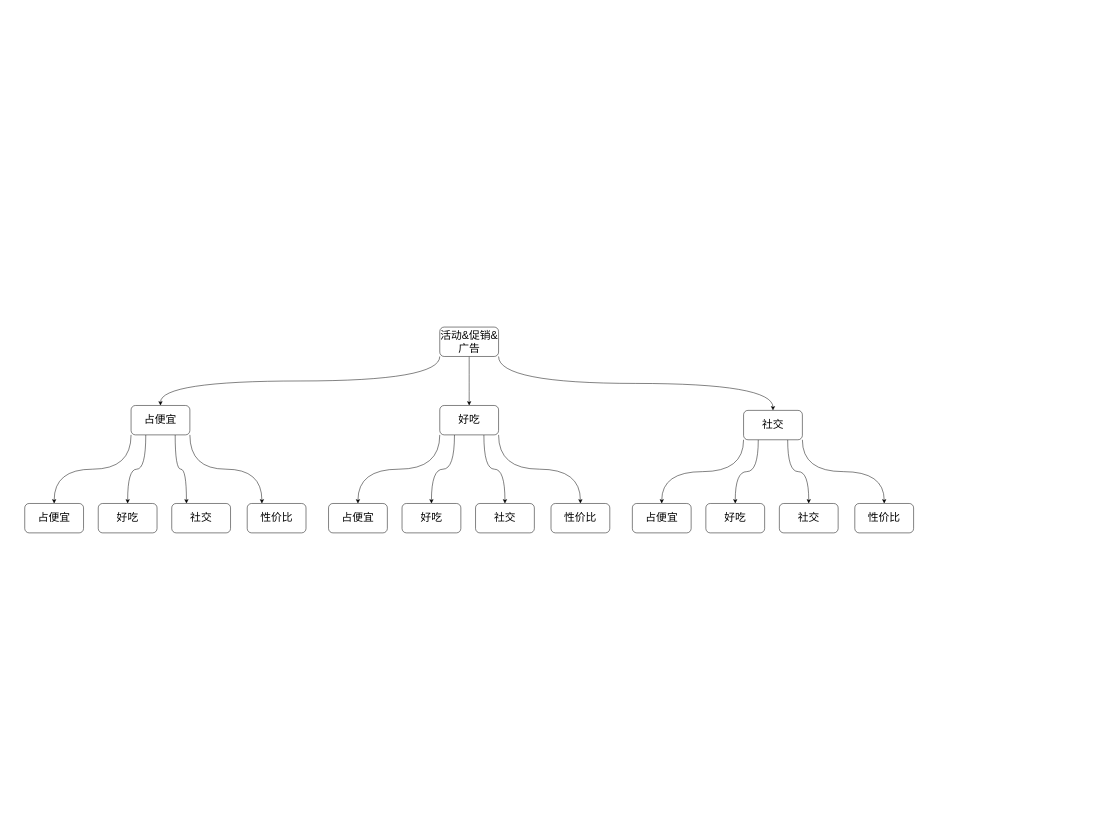
This is 运营思路.drawio from gml1219/longge, a draw.io file, before an edit. Source tidied: cells renumbered, new cells numbered last; positions are measured from the earlier drawing's top-left corner, leaving out a move shared by most shapes. Both pictures are drawn from the tidied source at 49%, with x=0, y=0 at pixel (24, 327).
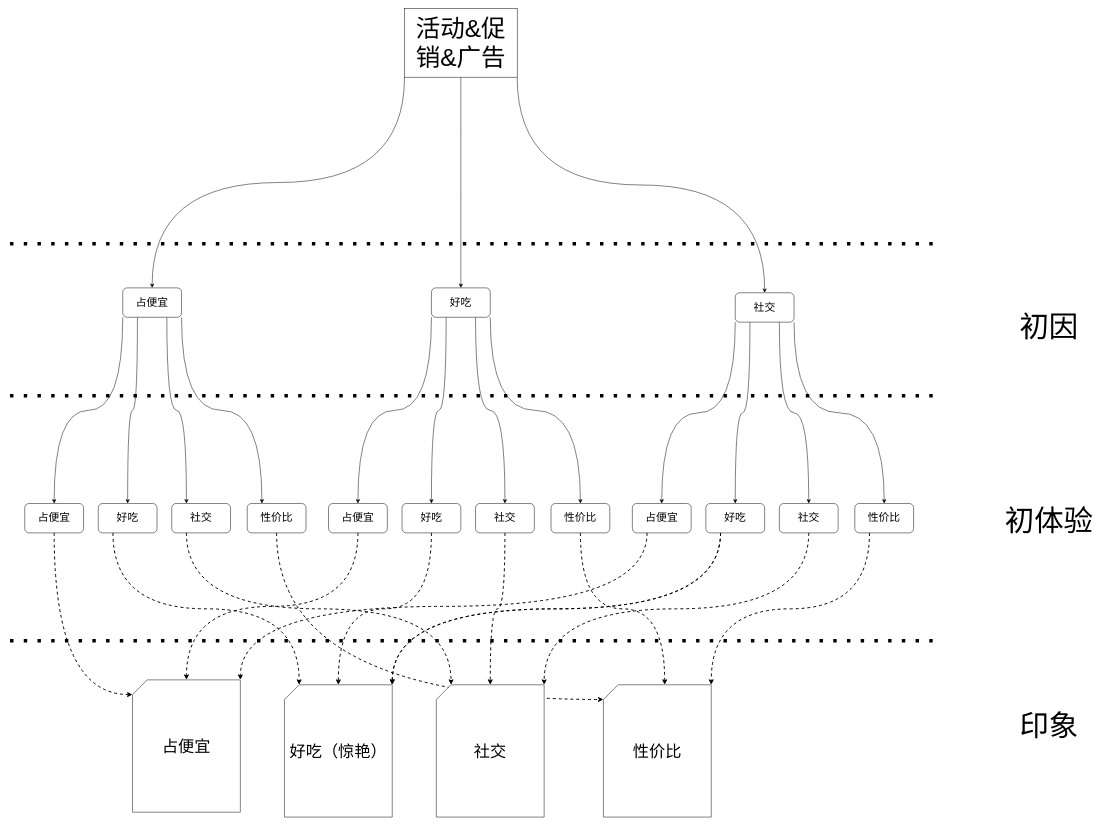
The same diagram, later.

The change refers to these unchanged cells:
```xml
<mxCell id="21" value="占便宜" style="rounded=1;whiteSpace=wrap;html=1;fontSize=22;" parent="1" vertex="1">
  <mxGeometry y="360" width="120" height="60" as="geometry" />
</mxCell>
<mxCell id="22" value="好吃" style="rounded=1;whiteSpace=wrap;html=1;fontSize=22;" parent="1" vertex="1">
  <mxGeometry x="150" y="360" width="120" height="60" as="geometry" />
</mxCell>
<mxCell id="23" value="社交" style="rounded=1;whiteSpace=wrap;html=1;fontSize=22;" parent="1" vertex="1">
  <mxGeometry x="300" y="360" width="120" height="60" as="geometry" />
</mxCell>
<mxCell id="24" value="性价比" style="rounded=1;whiteSpace=wrap;html=1;fontSize=22;" parent="1" vertex="1">
  <mxGeometry x="454" y="360" width="120" height="60" as="geometry" />
</mxCell>
<mxCell id="25" value="占便宜" style="rounded=1;whiteSpace=wrap;html=1;fontSize=22;" parent="1" vertex="1">
  <mxGeometry x="620" y="360" width="120" height="60" as="geometry" />
</mxCell>
<mxCell id="26" value="好吃" style="rounded=1;whiteSpace=wrap;html=1;fontSize=22;" parent="1" vertex="1">
  <mxGeometry x="770" y="360" width="120" height="60" as="geometry" />
</mxCell>
<mxCell id="27" value="社交" style="rounded=1;whiteSpace=wrap;html=1;fontSize=22;" parent="1" vertex="1">
  <mxGeometry x="920" y="360" width="120" height="60" as="geometry" />
</mxCell>
<mxCell id="28" value="性价比" style="rounded=1;whiteSpace=wrap;html=1;fontSize=22;" parent="1" vertex="1">
  <mxGeometry x="1074" y="360" width="120" height="60" as="geometry" />
</mxCell>
<mxCell id="29" value="占便宜" style="rounded=1;whiteSpace=wrap;html=1;fontSize=22;" parent="1" vertex="1">
  <mxGeometry x="1240" y="360" width="120" height="60" as="geometry" />
</mxCell>
<mxCell id="30" value="好吃" style="rounded=1;whiteSpace=wrap;html=1;fontSize=22;" parent="1" vertex="1">
  <mxGeometry x="1390" y="360" width="120" height="60" as="geometry" />
</mxCell>
<mxCell id="31" value="社交" style="rounded=1;whiteSpace=wrap;html=1;fontSize=22;" parent="1" vertex="1">
  <mxGeometry x="1540" y="360" width="120" height="60" as="geometry" />
</mxCell>
<mxCell id="32" value="性价比" style="rounded=1;whiteSpace=wrap;html=1;fontSize=22;" parent="1" vertex="1">
  <mxGeometry x="1694" y="360" width="120" height="60" as="geometry" />
</mxCell>
```

Change to the diagram source:
```diff
@@
-    <mxCell id="5" value="活动&amp;amp;促销&amp;amp;广告" style="rounded=1;whiteSpace=wrap;html=1;fontSize=22;" parent="1" vertex="1">
-      <mxGeometry x="847" width="120" height="60" as="geometry" />
+    <mxCell id="5" value="活动&amp;amp;促销&amp;amp;广告" style="rounded=1;whiteSpace=wrap;html=1;fontSize=50;arcSize=0;" parent="1" vertex="1">
+      <mxGeometry x="775" y="-650" width="230" height="140" as="geometry" />
     </mxCell>
@@
     <mxCell id="10" value="好吃" style="rounded=1;whiteSpace=wrap;html=1;fontSize=22;" parent="1" vertex="1">
-      <mxGeometry x="847" y="160" width="120" height="60" as="geometry" />
+      <mxGeometry x="830" y="-80" width="120" height="60" as="geometry" />
     </mxCell>
@@
     <mxCell id="15" value="占便宜" style="rounded=1;whiteSpace=wrap;html=1;fontSize=22;" parent="1" vertex="1">
-      <mxGeometry x="217" y="160" width="120" height="60" as="geometry" />
+      <mxGeometry x="200" y="-80" width="120" height="60" as="geometry" />
     </mxCell>
@@
     <mxCell id="20" value="社交" style="rounded=1;whiteSpace=wrap;html=1;fontSize=22;" parent="1" vertex="1">
-      <mxGeometry x="1467" y="170" width="120" height="60" as="geometry" />
+      <mxGeometry x="1450" y="-70" width="120" height="60" as="geometry" />
     </mxCell>
+    <mxCell id="33" style="edgeStyle=orthogonalEdgeStyle;curved=1;rounded=0;jettySize=auto;html=1;exitX=0.5;exitY=1;exitDx=0;exitDy=0;entryX=0;entryY=0;entryDx=0;entryDy=30;entryPerimeter=0;strokeWidth=2;fontSize=33;dashed=1;" parent="1" edge="1" source="21" target="48">
+      <mxGeometry relative="1" as="geometry" />
+    </mxCell>
@@
+    <mxCell id="34" style="edgeStyle=orthogonalEdgeStyle;curved=1;rounded=0;jettySize=auto;html=1;exitX=0.25;exitY=1;exitDx=0;exitDy=0;entryX=0;entryY=0;entryDx=30;entryDy=0;entryPerimeter=0;dashed=1;strokeWidth=2;fontSize=33;" parent="1" edge="1" source="22" target="49">
+      <mxGeometry relative="1" as="geometry" />
+    </mxCell>
@@
+    <mxCell id="35" style="edgeStyle=orthogonalEdgeStyle;curved=1;rounded=0;jettySize=auto;html=1;exitX=0.25;exitY=1;exitDx=0;exitDy=0;entryX=0;entryY=0;entryDx=30;entryDy=0;entryPerimeter=0;dashed=1;strokeWidth=2;fontSize=33;" parent="1" edge="1" source="23" target="50">
+      <mxGeometry relative="1" as="geometry" />
+    </mxCell>
@@
+    <mxCell id="36" style="edgeStyle=orthogonalEdgeStyle;curved=1;rounded=0;jettySize=auto;html=1;exitX=0.5;exitY=1;exitDx=0;exitDy=0;entryX=0;entryY=0;entryDx=0;entryDy=30;entryPerimeter=0;dashed=1;strokeWidth=2;fontSize=33;" parent="1" edge="1" source="24" target="51">
+      <mxGeometry relative="1" as="geometry" />
+    </mxCell>
@@
+    <mxCell id="37" style="edgeStyle=orthogonalEdgeStyle;curved=1;rounded=0;jettySize=auto;html=1;exitX=0.5;exitY=1;exitDx=0;exitDy=0;dashed=1;strokeWidth=2;fontSize=33;" parent="1" edge="1" source="25" target="48">
+      <mxGeometry relative="1" as="geometry" />
+    </mxCell>
@@
+    <mxCell id="38" style="edgeStyle=orthogonalEdgeStyle;curved=1;rounded=0;jettySize=auto;html=1;exitX=0.5;exitY=1;exitDx=0;exitDy=0;dashed=1;strokeWidth=2;fontSize=33;" parent="1" edge="1" source="26" target="49">
+      <mxGeometry relative="1" as="geometry" />
+    </mxCell>
@@
+    <mxCell id="39" style="edgeStyle=orthogonalEdgeStyle;curved=1;rounded=0;jettySize=auto;html=1;exitX=0.5;exitY=1;exitDx=0;exitDy=0;entryX=0.5;entryY=0;entryDx=0;entryDy=0;entryPerimeter=0;dashed=1;strokeWidth=2;fontSize=33;" parent="1" edge="1" source="27" target="50">
+      <mxGeometry relative="1" as="geometry" />
+    </mxCell>
@@
+    <mxCell id="40" style="edgeStyle=orthogonalEdgeStyle;curved=1;rounded=0;jettySize=auto;html=1;exitX=0.5;exitY=1;exitDx=0;exitDy=0;entryX=0;entryY=0;entryDx=125;entryDy=0;entryPerimeter=0;dashed=1;strokeWidth=2;fontSize=33;" parent="1" edge="1" source="28" target="51">
+      <mxGeometry relative="1" as="geometry" />
+    </mxCell>
@@
+    <mxCell id="41" style="edgeStyle=orthogonalEdgeStyle;curved=1;rounded=0;jettySize=auto;html=1;exitX=0.25;exitY=1;exitDx=0;exitDy=0;entryX=1;entryY=0;entryDx=0;entryDy=0;entryPerimeter=0;dashed=1;strokeWidth=2;fontSize=33;" parent="1" edge="1" source="29" target="48">
+      <mxGeometry relative="1" as="geometry" />
+    </mxCell>
@@
+    <mxCell id="42" style="edgeStyle=orthogonalEdgeStyle;curved=1;rounded=0;jettySize=auto;html=1;exitX=0.25;exitY=1;exitDx=0;exitDy=0;entryX=1;entryY=0;entryDx=0;entryDy=0;entryPerimeter=0;dashed=1;strokeWidth=2;fontSize=33;" parent="1" edge="1" source="30" target="49">
+      <mxGeometry relative="1" as="geometry" />
+    </mxCell>
+    <mxCell id="43" style="edgeStyle=orthogonalEdgeStyle;curved=1;rounded=0;jettySize=auto;html=1;exitX=0.25;exitY=1;exitDx=0;exitDy=0;entryX=1;entryY=0;entryDx=0;entryDy=0;entryPerimeter=0;dashed=1;strokeWidth=2;fontSize=33;" parent="1" edge="1" source="30" target="49">
+      <mxGeometry relative="1" as="geometry" />
+    </mxCell>
@@
+    <mxCell id="44" style="edgeStyle=orthogonalEdgeStyle;curved=1;rounded=0;jettySize=auto;html=1;exitX=0.5;exitY=1;exitDx=0;exitDy=0;entryX=1;entryY=0;entryDx=0;entryDy=0;entryPerimeter=0;dashed=1;strokeWidth=2;fontSize=33;" parent="1" edge="1" source="31" target="50">
+      <mxGeometry relative="1" as="geometry" />
+    </mxCell>
@@
+    <mxCell id="45" style="edgeStyle=orthogonalEdgeStyle;curved=1;rounded=0;jettySize=auto;html=1;exitX=0.25;exitY=1;exitDx=0;exitDy=0;entryX=1;entryY=0;entryDx=0;entryDy=0;entryPerimeter=0;dashed=1;strokeWidth=2;fontSize=33;" parent="1" edge="1" source="32" target="51">
+      <mxGeometry relative="1" as="geometry" />
+    </mxCell>
@@
+    <mxCell id="46" style="endArrow=none;dashed=1;html=1;dashPattern=1 3;strokeWidth=7;fontSize=33;fontStyle=1;" parent="1" edge="1">
+      <mxGeometry relative="1" as="geometry">
+        <mxPoint x="-30" y="-170" as="sourcePoint" />
+        <mxPoint x="1860" y="-170" as="targetPoint" />
+      </mxGeometry>
+    </mxCell>
+    <mxCell id="47" style="endArrow=none;dashed=1;html=1;dashPattern=1 3;strokeWidth=7;fontSize=33;fontStyle=1;" parent="1" edge="1">
+      <mxGeometry relative="1" as="geometry">
+        <mxPoint x="-30" y="140" as="sourcePoint" />
+        <mxPoint x="1860" y="140" as="targetPoint" />
+      </mxGeometry>
+    </mxCell>
+    <mxCell id="48" value="占便宜" style="shape=card;whiteSpace=wrap;html=1;fontSize=33;" parent="1" vertex="1">
+      <mxGeometry x="220" y="720" width="220" height="270" as="geometry" />
+    </mxCell>
+    <mxCell id="49" value="好吃（惊艳）" style="shape=card;whiteSpace=wrap;html=1;fontSize=33;" parent="1" vertex="1">
+      <mxGeometry x="530" y="730" width="220" height="270" as="geometry" />
+    </mxCell>
+    <mxCell id="50" value="社交" style="shape=card;whiteSpace=wrap;html=1;fontSize=33;" parent="1" vertex="1">
+      <mxGeometry x="840" y="730" width="220" height="270" as="geometry" />
+    </mxCell>
+    <mxCell id="51" value="性价比" style="shape=card;whiteSpace=wrap;html=1;fontSize=33;" parent="1" vertex="1">
+      <mxGeometry x="1181" y="730" width="220" height="270" as="geometry" />
+    </mxCell>
+    <mxCell id="52" style="endArrow=none;dashed=1;html=1;dashPattern=1 3;strokeWidth=7;fontSize=33;fontStyle=1;" parent="1" edge="1">
+      <mxGeometry relative="1" as="geometry">
+        <mxPoint x="-30" y="640" as="sourcePoint" />
+        <mxPoint x="1860" y="640" as="targetPoint" />
+      </mxGeometry>
+    </mxCell>
+    <mxCell id="53" value="&lt;font style=&quot;font-size: 60px&quot;&gt;初因&lt;/font&gt;" style="text;html=1;align=center;verticalAlign=middle;fillColor=none;strokeColor=none;rounded=0;fontSize=33;" parent="1" vertex="1">
+      <mxGeometry x="2020" y="-25" width="140" height="50" as="geometry" />
+    </mxCell>
+    <mxCell id="54" value="&lt;font style=&quot;font-size: 60px&quot;&gt;初体验&lt;/font&gt;" style="text;html=1;align=center;verticalAlign=middle;fillColor=none;strokeColor=none;rounded=0;fontSize=33;" parent="1" vertex="1">
+      <mxGeometry x="1990" y="370" width="200" height="50" as="geometry" />
+    </mxCell>
+    <mxCell id="55" value="&lt;font style=&quot;font-size: 60px&quot;&gt;印象&lt;/font&gt;" style="text;html=1;align=center;verticalAlign=middle;fillColor=none;strokeColor=none;rounded=0;fontSize=33;" parent="1" vertex="1">
+      <mxGeometry x="2020" y="790" width="140" height="50" as="geometry" />
+    </mxCell>
```
